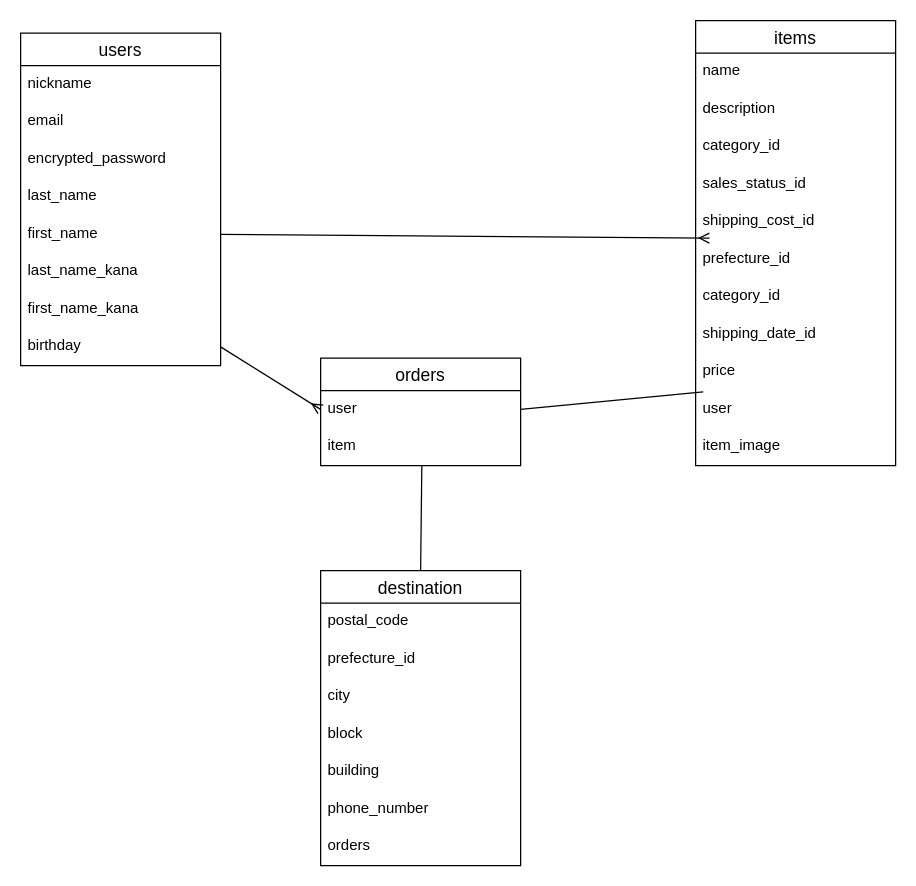
The draw.io diagram test.dio in crocorio/furima-38725, before the edit. Source tidied: cells renumbered, new cells numbered last; positions are measured from the earlier drawing's top-left corner, leaving out a move shared by most shapes. Both pictures are drawn from the tidied source at 125%, with x=0, y=0 at pixel (20, 20).
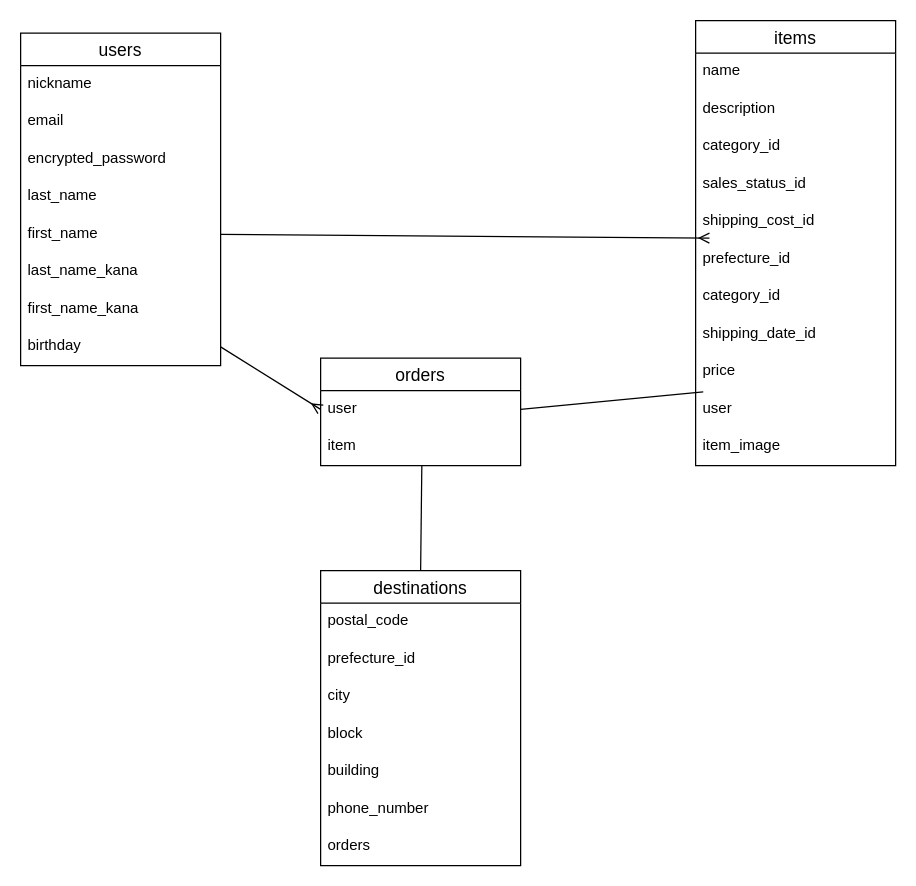
After the change.

The edit, as a diff of the source:
```diff
@@
-    <mxCell id="27" value="destination" style="swimlane;fontStyle=0;horizontal=1;startSize=26;align=center;fontSize=14;" parent="1" vertex="1">
+    <mxCell id="27" value="destinations" style="swimlane;fontStyle=0;horizontal=1;startSize=26;align=center;fontSize=14;" parent="1" vertex="1">
       <mxGeometry x="240" y="440" width="160" height="236" as="geometry" />
     </mxCell>
```
